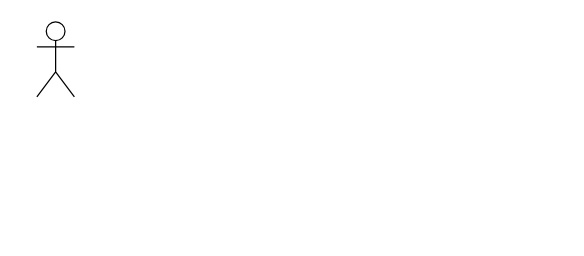
The draw.io diagram Logar.drawio in giiovianamoreira/Projeto-de-Plataformas-Sociais, before the edit. Source tidied: cells renumbered, new cells numbered last; positions are measured from the earlier drawing's top-left corner, leaving out a move shared by most shapes. Both pictures are drawn from the tidied source at 125%, with x=0, y=0 at pixel (36, 21).
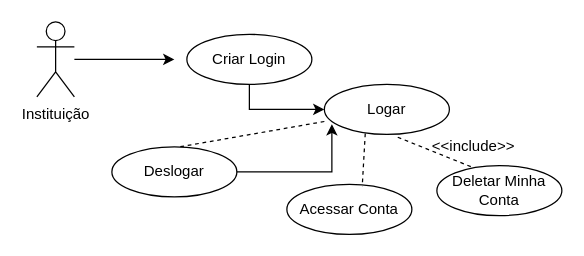
The same page after the edit.

What changed in the source:
```diff
@@
 <mxGraphModel>
   <root>
     <mxCell id="0" />
     <mxCell id="1" parent="0" />
+    <mxCell id="3" style="edgeStyle=orthogonalEdgeStyle;rounded=0;jettySize=auto;html=1;" parent="1" edge="1" source="2">
+      <mxGeometry relative="1" as="geometry">
+        <mxPoint x="110" y="30" as="targetPoint" />
+      </mxGeometry>
+    </mxCell>
-    <mxCell id="2" style="shape=umlActor;verticalLabelPosition=bottom;verticalAlign=top;html=1;outlineConnect=0;" parent="1" vertex="1">
+    <mxCell id="2" value="Instituição" style="shape=umlActor;verticalLabelPosition=bottom;verticalAlign=top;html=1;outlineConnect=0;" parent="1" vertex="1">
       <mxGeometry width="30" height="60" as="geometry" />
     </mxCell>
+    <mxCell id="4" style="edgeStyle=orthogonalEdgeStyle;rounded=0;jettySize=auto;html=1;exitX=0.5;exitY=1;exitDx=0;exitDy=0;" parent="1" edge="1" source="5" target="6">
+      <mxGeometry relative="1" as="geometry" />
+    </mxCell>
+    <mxCell id="5" value="Criar Login" style="ellipse;whiteSpace=wrap;html=1;" parent="1" vertex="1">
+      <mxGeometry x="120" y="10" width="100" height="40" as="geometry" />
+    </mxCell>
+    <mxCell id="6" value="Logar" style="ellipse;whiteSpace=wrap;html=1;" parent="1" vertex="1">
+      <mxGeometry x="230" y="50" width="100" height="40" as="geometry" />
+    </mxCell>
+    <mxCell id="7" value="Acessar Conta" style="ellipse;whiteSpace=wrap;html=1;" parent="1" vertex="1">
+      <mxGeometry x="200" y="130" width="100" height="40" as="geometry" />
+    </mxCell>
+    <mxCell id="8" style="endArrow=none;dashed=1;html=1;rounded=0;entryX=0.603;entryY=0.035;entryDx=0;entryDy=0;exitX=0.327;exitY=0.983;exitDx=0;exitDy=0;exitPerimeter=0;entryPerimeter=0;" parent="1" edge="1" source="6" target="7">
+      <mxGeometry relative="1" as="geometry" />
+    </mxCell>
+    <mxCell id="9" style="endArrow=none;dashed=1;html=1;rounded=0;entryX=0.565;entryY=1.035;entryDx=0;entryDy=0;exitX=0.327;exitY=0.076;exitDx=0;exitDy=0;exitPerimeter=0;entryPerimeter=0;" parent="1" edge="1" source="10" target="6">
+      <mxGeometry relative="1" as="geometry" />
+    </mxCell>
+    <mxCell id="10" value="Deletar Minha Conta" style="ellipse;whiteSpace=wrap;html=1;" parent="1" vertex="1">
+      <mxGeometry x="320" y="115" width="100" height="40" as="geometry" />
+    </mxCell>
+    <mxCell id="11" style="endArrow=none;dashed=1;html=1;rounded=0;entryX=0.641;entryY=0.058;entryDx=0;entryDy=0;entryPerimeter=0;" parent="1" edge="1">
+      <mxGeometry relative="1" as="geometry">
+        <mxPoint x="230" y="79.7" as="sourcePoint" />
+        <mxPoint x="114.1" y="100" as="targetPoint" />
+      </mxGeometry>
+    </mxCell>
+    <mxCell id="12" value="Deslogar" style="ellipse;whiteSpace=wrap;html=1;" parent="1" vertex="1">
+      <mxGeometry x="60" y="100" width="100" height="40" as="geometry" />
+    </mxCell>
+    <mxCell id="13" style="edgeStyle=orthogonalEdgeStyle;rounded=0;jettySize=auto;html=1;entryX=0.06;entryY=0.796;entryDx=0;entryDy=0;entryPerimeter=0;" parent="1" edge="1" source="12" target="6">
+      <mxGeometry relative="1" as="geometry" />
+    </mxCell>
+    <mxCell id="14" value="&amp;lt;&amp;lt;include&amp;gt;&amp;gt;" style="text;html=1;align=center;verticalAlign=middle;strokeColor=none;fillColor=none;" parent="1" vertex="1">
+      <mxGeometry x="304" y="85" width="90" height="30" as="geometry" />
+    </mxCell>
   </root>
 </mxGraphModel>
```
